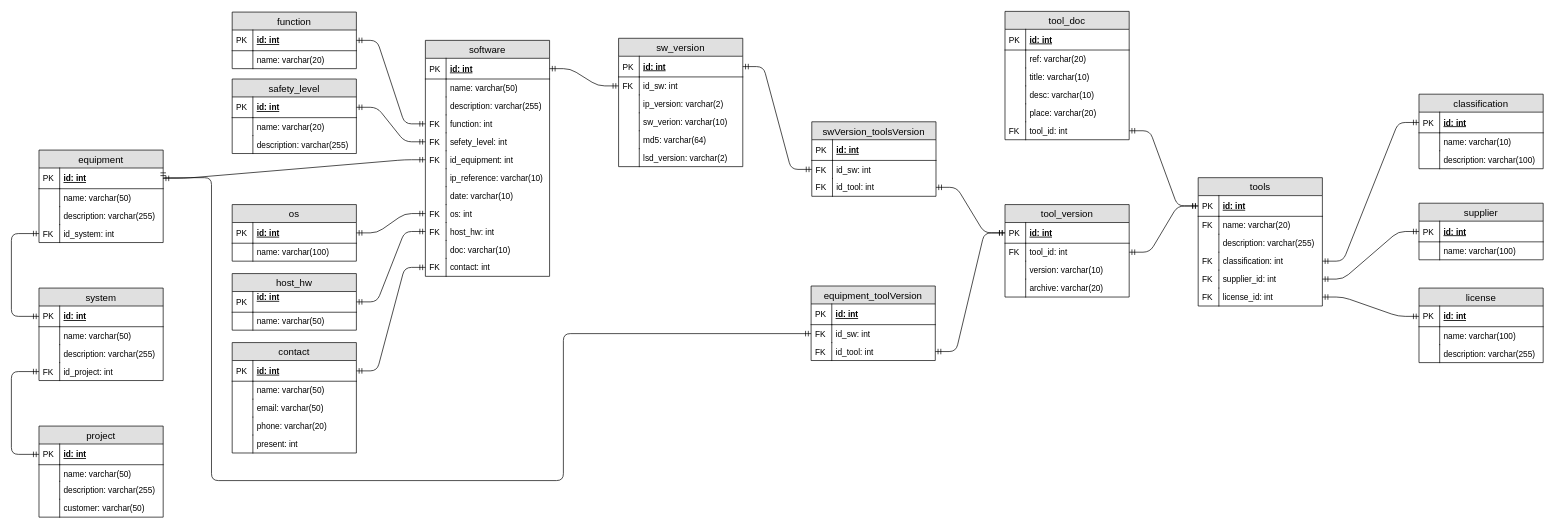
Before: page "DB" (1 of 9) of toolsDB.drawio in behej/toolsDB, a draw.io diagram. Source tidied: cells renumbered, new cells numbered last; positions are measured from the earlier drawing's top-left corner, leaving out a move shared by most shapes. Both pictures are drawn from the tidied source at 69%, with x=0, y=0 at pixel (11, 11).
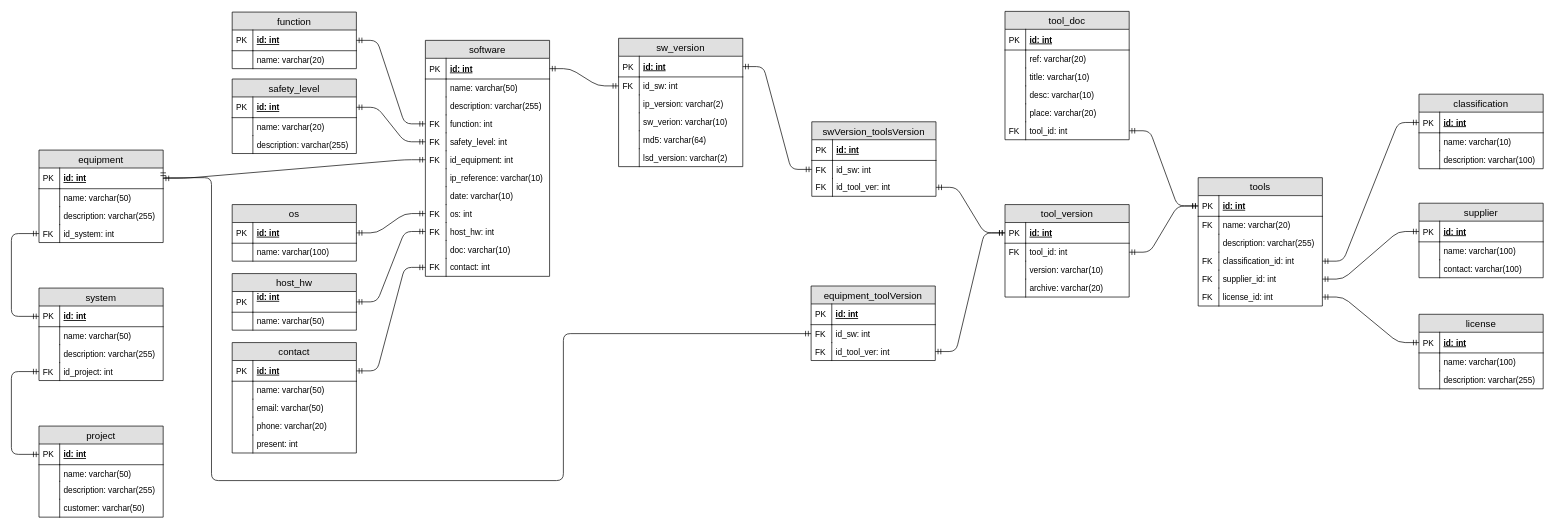
The same page after the edit.

The change refers to these unchanged cells:
```xml
<mxCell id="2" value="software" style="swimlane;fontStyle=0;horizontal=1;startSize=26;fillColor=#e0e0e0;swimlaneFillColor=#ffffff;align=center;fontSize=14;" parent="1" vertex="1">
  <mxGeometry x="600" y="42" width="180" height="342" as="geometry" />
</mxCell>
<mxCell id="108" value="swVersion_toolsVersion" style="swimlane;fontStyle=0;horizontal=1;startSize=26;fillColor=#e0e0e0;swimlaneFillColor=#ffffff;align=center;fontSize=14;" parent="1" vertex="1">
  <mxGeometry x="1160" y="160" width="180" height="108" as="geometry" />
</mxCell>
<mxCell id="116" value="equipment_toolVersion" style="swimlane;fontStyle=0;horizontal=1;startSize=26;fillColor=#e0e0e0;swimlaneFillColor=#ffffff;align=center;fontSize=14;" parent="1" vertex="1">
  <mxGeometry x="1159" y="398" width="180" height="108" as="geometry" />
</mxCell>
<mxCell id="135" value="tools" style="swimlane;fontStyle=0;horizontal=1;startSize=26;fillColor=#e0e0e0;swimlaneFillColor=#ffffff;align=center;fontSize=14;" parent="1" vertex="1">
  <mxGeometry x="1720" y="241" width="180" height="186" as="geometry" />
</mxCell>
```

Diff of the diagram source:
```diff
@@
-    <mxCell id="11" value="sefety_level: int" style="shape=partialRectangle;top=0;left=0;right=0;bottom=0;align=left;verticalAlign=top;fillColor=none;spacingLeft=34;spacingRight=4;overflow=hidden;points=[[0,0.5],[1,0.5]];portConstraint=eastwest;fontSize=12;" parent="2" vertex="1">
+    <mxCell id="11" value="safety_level: int" style="shape=partialRectangle;top=0;left=0;right=0;bottom=0;align=left;verticalAlign=top;fillColor=none;spacingLeft=34;spacingRight=4;overflow=hidden;points=[[0,0.5],[1,0.5]];portConstraint=eastwest;fontSize=12;" parent="2" vertex="1">
       <mxGeometry y="134" width="180" height="26" as="geometry" />
     </mxCell>
@@
-    <mxCell id="113" value="id_tool: int" style="shape=partialRectangle;top=0;left=0;right=0;bottom=0;align=left;verticalAlign=top;fillColor=none;spacingLeft=34;spacingRight=4;overflow=hidden;points=[[0,0.5],[1,0.5]];portConstraint=eastwest;fontSize=12;" parent="108" vertex="1">
+    <mxCell id="113" value="id_tool_ver: int" style="shape=partialRectangle;top=0;left=0;right=0;bottom=0;align=left;verticalAlign=top;fillColor=none;spacingLeft=34;spacingRight=4;overflow=hidden;points=[[0,0.5],[1,0.5]];portConstraint=eastwest;fontSize=12;" parent="108" vertex="1">
       <mxGeometry y="82" width="180" height="26" as="geometry" />
     </mxCell>
@@
-    <mxCell id="121" value="id_tool: int" style="shape=partialRectangle;top=0;left=0;right=0;bottom=0;align=left;verticalAlign=top;fillColor=none;spacingLeft=34;spacingRight=4;overflow=hidden;points=[[0,0.5],[1,0.5]];portConstraint=eastwest;fontSize=12;" parent="116" vertex="1">
+    <mxCell id="121" value="id_tool_ver: int" style="shape=partialRectangle;top=0;left=0;right=0;bottom=0;align=left;verticalAlign=top;fillColor=none;spacingLeft=34;spacingRight=4;overflow=hidden;points=[[0,0.5],[1,0.5]];portConstraint=eastwest;fontSize=12;" parent="116" vertex="1">
       <mxGeometry y="82" width="180" height="26" as="geometry" />
     </mxCell>
@@
-    <mxCell id="142" value="classification: int" style="shape=partialRectangle;top=0;left=0;right=0;bottom=0;align=left;verticalAlign=top;fillColor=none;spacingLeft=34;spacingRight=4;overflow=hidden;points=[[0,0.5],[1,0.5]];portConstraint=eastwest;fontSize=12;" parent="135" vertex="1">
+    <mxCell id="142" value="classification_id: int" style="shape=partialRectangle;top=0;left=0;right=0;bottom=0;align=left;verticalAlign=top;fillColor=none;spacingLeft=34;spacingRight=4;overflow=hidden;points=[[0,0.5],[1,0.5]];portConstraint=eastwest;fontSize=12;" parent="135" vertex="1">
       <mxGeometry y="108" width="180" height="26" as="geometry" />
     </mxCell>
@@
     <mxCell id="172" value="license" style="swimlane;fontStyle=0;horizontal=1;startSize=26;fillColor=#e0e0e0;swimlaneFillColor=#ffffff;align=center;fontSize=14;" parent="1" vertex="1">
-      <mxGeometry x="2040" y="401" width="180" height="108" as="geometry" />
+      <mxGeometry x="2040" y="439" width="180" height="108" as="geometry" />
     </mxCell>
@@
     <mxCell id="179" value="supplier" style="swimlane;fontStyle=0;horizontal=1;startSize=26;fillColor=#e0e0e0;swimlaneFillColor=#ffffff;align=center;fontSize=14;" parent="1" vertex="1">
-      <mxGeometry x="2040" y="278" width="180" height="82" as="geometry" />
+      <mxGeometry x="2040" y="278" width="180" height="108" as="geometry" />
     </mxCell>
@@
+    <mxCell id="186" value="contact: varchar(100)" style="shape=partialRectangle;top=0;left=0;right=0;bottom=0;align=left;verticalAlign=top;fillColor=none;spacingLeft=34;spacingRight=4;overflow=hidden;fontSize=12;" parent="179" vertex="1">
+      <mxGeometry y="82" width="180" height="26" as="geometry" />
+    </mxCell>
+    <mxCell id="187" style="shape=partialRectangle;top=0;left=0;bottom=0;fillColor=none;align=left;verticalAlign=top;spacingLeft=4;spacingRight=4;overflow=hidden;fontSize=12;" parent="186" vertex="1">
+      <mxGeometry width="30" height="26" as="geometry" />
+    </mxCell>
```
